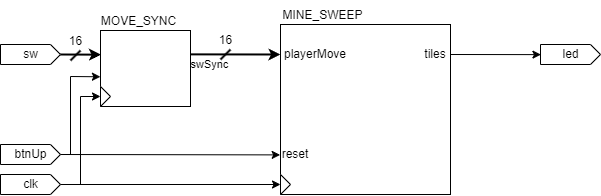
The draw.io diagram Lab4_Mine_Sweep/Sources/Diagrams/Lab4Wrapper.png in rbrinson2/CPE-3020-VHDL_Design, before a commit. Source tidied: cells renumbered, new cells last; positions are measured from the earlier drawing's top-left corner, leaving out a move shared by most shapes.
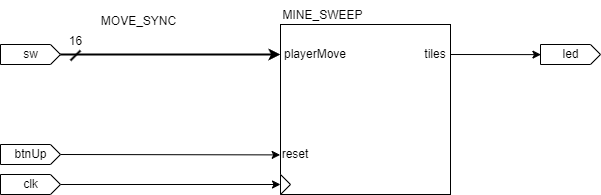
After the commit.

Commit message:
Updated Wrapper diagram

Change to the diagram source:
```diff
@@ -17,7 +17,7 @@
     <mxCell id="6" value="tiles" style="text;html=1;strokeColor=none;fillColor=none;align=center;verticalAlign=middle;whiteSpace=wrap;rounded=0;" parent="2" vertex="1">
       <mxGeometry x="140" y="20" width="30" height="20" as="geometry" />
     </mxCell>
-    <mxCell id="7" style="edgeStyle=none;html=1;exitX=0;exitY=0;exitDx=60;exitDy=10;exitPerimeter=0;strokeWidth=2;entryX=0.006;entryY=0.318;entryDx=0;entryDy=0;entryPerimeter=0;" parent="1" edge="1" source="8" target="20">
+    <mxCell id="7" style="edgeStyle=none;html=1;exitX=0;exitY=0;exitDx=60;exitDy=10;exitPerimeter=0;strokeWidth=2;entryX=0;entryY=0.5;entryDx=0;entryDy=0;" parent="1" edge="1" source="8" target="5">
       <mxGeometry relative="1" as="geometry" />
     </mxCell>
     <mxCell id="8" value="sw" style="externalPins=0;shadow=0;dashed=0;align=center;html=1;strokeWidth=1;shape=mxgraph.rtl.abstract.entity;kind=input;drawPins=0;left=0;right=1;bottom=0;top=0;" parent="1" vertex="1">
@@ -26,28 +26,12 @@
     <mxCell id="9" style="edgeStyle=none;html=1;exitX=0;exitY=0;exitDx=60;exitDy=10;exitPerimeter=0;entryX=-0.002;entryY=0.767;entryDx=0;entryDy=0;entryPerimeter=0;" parent="1" edge="1" source="11" target="2">
       <mxGeometry relative="1" as="geometry" />
     </mxCell>
-    <mxCell id="10" style="edgeStyle=none;rounded=0;html=1;exitX=0;exitY=0;exitDx=60.00000000000001;exitDy=10;exitPerimeter=0;entryX=-0.001;entryY=0.609;entryDx=0;entryDy=0;entryPerimeter=0;strokeWidth=1;" parent="1" edge="1" source="11" target="20">
-      <mxGeometry relative="1" as="geometry">
-        <Array as="points">
-          <mxPoint x="70" y="154" />
-          <mxPoint x="70" y="76" />
-        </Array>
-      </mxGeometry>
-    </mxCell>
     <mxCell id="11" value="btnUp" style="externalPins=0;shadow=0;dashed=0;align=center;html=1;strokeWidth=1;shape=mxgraph.rtl.abstract.entity;kind=input;drawPins=0;left=0;right=1;bottom=0;top=0;" parent="1" vertex="1">
       <mxGeometry y="144" width="60" height="20" as="geometry" />
     </mxCell>
     <mxCell id="12" style="edgeStyle=none;html=1;exitX=0;exitY=0;exitDx=60;exitDy=10;exitPerimeter=0;entryX=0;entryY=0.5;entryDx=0;entryDy=0;" parent="1" edge="1" source="14" target="3">
       <mxGeometry relative="1" as="geometry" />
     </mxCell>
-    <mxCell id="13" style="edgeStyle=none;html=1;exitX=0;exitY=0;exitDx=60;exitDy=10;exitPerimeter=0;entryX=0;entryY=0.5;entryDx=0;entryDy=0;strokeWidth=1;rounded=0;" parent="1" edge="1" source="14" target="21">
-      <mxGeometry relative="1" as="geometry">
-        <Array as="points">
-          <mxPoint x="80" y="184" />
-          <mxPoint x="80" y="96" />
-        </Array>
-      </mxGeometry>
-    </mxCell>
     <mxCell id="14" value="clk" style="externalPins=0;shadow=0;dashed=0;align=center;html=1;strokeWidth=1;shape=mxgraph.rtl.abstract.entity;kind=input;drawPins=0;left=0;right=1;bottom=0;top=0;" parent="1" vertex="1">
       <mxGeometry y="174" width="60" height="20" as="geometry" />
     </mxCell>
@@ -60,26 +44,9 @@
     <mxCell id="17" value="MINE_SWEEP" style="text;html=1;strokeColor=none;fillColor=none;align=center;verticalAlign=middle;whiteSpace=wrap;rounded=0;" parent="1" vertex="1">
       <mxGeometry x="275" width="95" height="30" as="geometry" />
     </mxCell>
-    <mxCell id="18" style="edgeStyle=none;html=1;exitX=0.993;exitY=0.314;exitDx=0;exitDy=0;exitPerimeter=0;entryX=0;entryY=0.5;entryDx=0;entryDy=0;strokeWidth=2;" parent="1" edge="1" source="20" target="5">
-      <mxGeometry relative="1" as="geometry" />
-    </mxCell>
-    <mxCell id="19" value="swSync" style="edgeLabel;html=1;align=center;verticalAlign=middle;" parent="18" vertex="1">
-      <mxGeometry x="-0.73" relative="1" as="geometry">
-        <mxPoint x="7" y="10" as="offset" />
-      </mxGeometry>
-    </mxCell>
-    <mxCell id="20" style="externalPins=0;shadow=0;dashed=0;align=center;html=1;strokeWidth=1;shape=mxgraph.rtl.abstract.entity;kind=sequential;drawPins=0;left=3;right=2;bottom=0;top=0;" parent="1" vertex="1">
-      <mxGeometry x="100" y="30" width="90" height="76" as="geometry" />
-    </mxCell>
-    <mxCell id="21" style="triangle;whiteSpace=wrap;html=1;" parent="20" vertex="1">
-      <mxGeometry y="56" width="10" height="20" as="geometry" />
-    </mxCell>
     <mxCell id="22" value="MOVE_SYNC" style="text;html=1;align=center;verticalAlign=middle;strokeColor=none;fillColor=none;" parent="1" vertex="1">
       <mxGeometry x="88" y="6" width="100" height="30" as="geometry" />
     </mxCell>
-    <mxCell id="23" value="16" style="verticalLabelPosition=top;shadow=0;dashed=0;align=center;html=1;verticalAlign=bottom;shape=mxgraph.electrical.transmission.bus_width;strokeWidth=2;labelPosition=center;" parent="1" vertex="1">
-      <mxGeometry x="220" y="49" width="10" height="10" as="geometry" />
-    </mxCell>
     <mxCell id="24" value="16" style="verticalLabelPosition=top;shadow=0;dashed=0;align=center;html=1;verticalAlign=bottom;shape=mxgraph.electrical.transmission.bus_width;strokeWidth=2;labelPosition=center;" parent="1" vertex="1">
       <mxGeometry x="70" y="50" width="10" height="10" as="geometry" />
     </mxCell>
```
